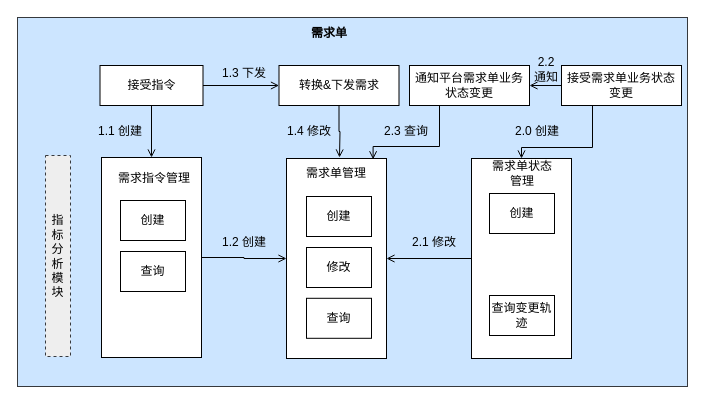
The draw.io diagram page "Copy of Copy of Page-28" (31 of 36) of docs/自营重构.drawio in lokiworks/codebase, before the edit. Source tidied: cells renumbered, new cells numbered last; positions are measured from the earlier drawing's top-left corner, leaving out a move shared by most shapes. Both pictures are drawn from the tidied source at 100%, with x=0, y=0 at pixel (17, 17).
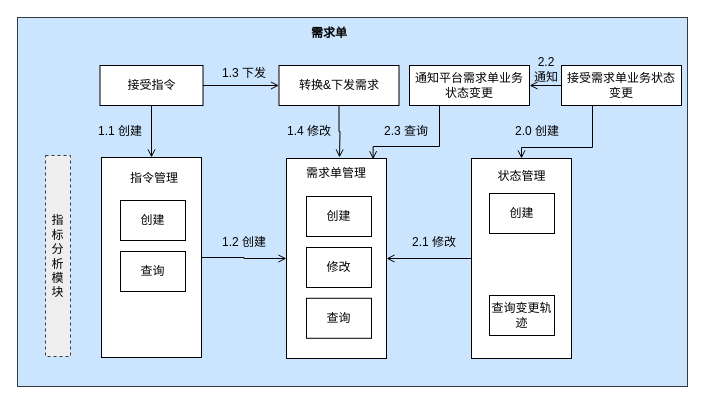
The same page after the edit.

What changed in the source:
```diff
@@
-    <mxCell id="13" value="需求单状态&lt;br&gt;管理" style="text;html=1;strokeColor=none;fillColor=none;align=center;verticalAlign=middle;whiteSpace=wrap;rounded=0;fontColor=#000000;" parent="1" vertex="1">
-      <mxGeometry x="459.5" y="141" width="90" height="30" as="geometry" />
+    <mxCell id="13" value="状态管理" style="text;html=1;strokeColor=none;fillColor=none;align=center;verticalAlign=middle;whiteSpace=wrap;rounded=0;fontColor=#000000;" parent="1" vertex="1">
+      <mxGeometry x="459.5" y="141" width="88.5" height="35" as="geometry" />
     </mxCell>
@@
-    <mxCell id="17" value="需求指令管理" style="text;html=1;strokeColor=none;fillColor=none;align=center;verticalAlign=middle;whiteSpace=wrap;rounded=0;fontColor=#000000;" parent="1" vertex="1">
+    <mxCell id="17" value="指令管理" style="text;html=1;strokeColor=none;fillColor=none;align=center;verticalAlign=middle;whiteSpace=wrap;rounded=0;fontColor=#000000;" parent="1" vertex="1">
       <mxGeometry x="90" y="146" width="94" height="30" as="geometry" />
     </mxCell>
```
